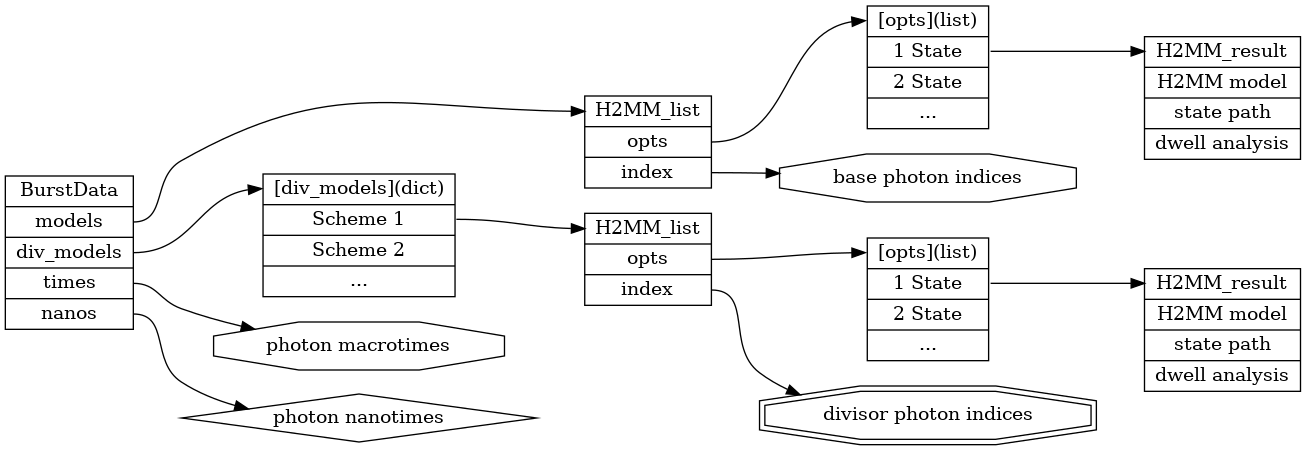
The Graphviz diagram docs/source/images/classgraph.png in harripd/burstH2MM, before a commit. Its source is kept beside it as docs/source/images/classgraph.dot.
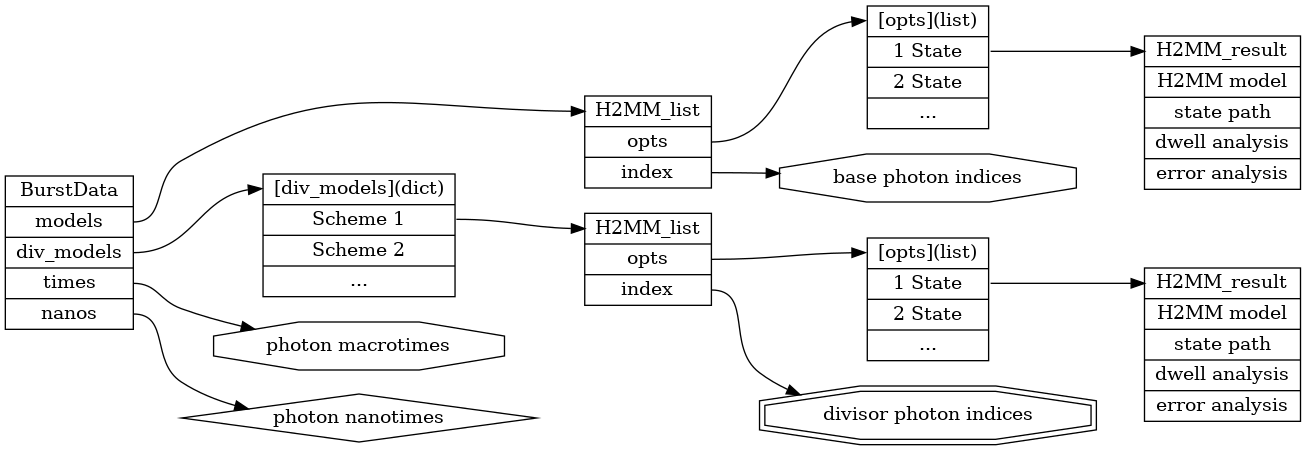
The same file after the commit.

The edit, as a diff of the source:
```diff
@@ -5,11 +5,11 @@
 bdata [label="BurstData | <f0> models | <f1> div_models | <f2> times | <f3> nanos" shape="record"];
 mdls [label="<f0> H2MM_list | <f1> opts | <f2> index" shape="record"];
 mdlst [label="<f0> [opts](list) | <f1> 1 State | 2 State | ..." shape="record"];
-mdlrs [label="<f0> H2MM_result | H2MM model | state path | dwell analysis" shape="record"];
+mdlrs [label="<f0> H2MM_result | H2MM model | state path | dwell analysis | error analysis" shape="record"];
 dvdct [label="<f0> [div_models](dict) | <f1> Scheme 1| Scheme 2 | ... " shape="record"];
 dvls [label="<f0> H2MM_list | <f1> opts | <f2> index" shape="record"];
 dvlst [label="<f0> [opts](list) | <f1> 1 State | 2 State | ..." shape="record"];
-dvlrs [label="<f0> H2MM_result | H2MM model | state path | dwell analysis" shape="record"];
+dvlrs [label="<f0> H2MM_result | H2MM model | state path | dwell analysis | error analysis" shape="record"];
 macro [label="photon macrotimes" shape="octagon"];
 nano [label="photon nanotimes" shape="diamond"];
 midx [label="base photon indices" shape="octagon"];
```
